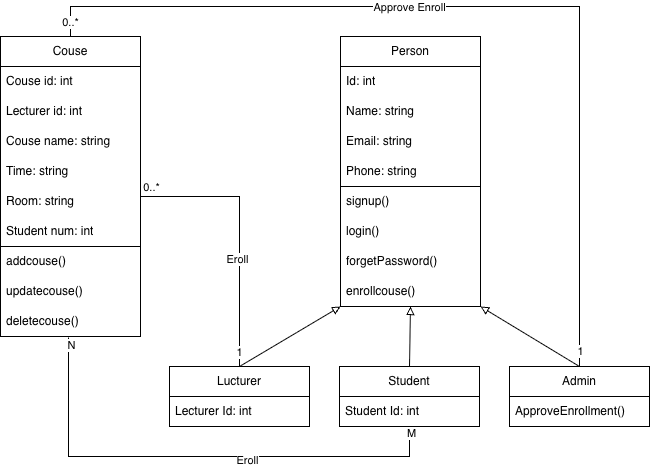
willtbing/Yoobee_MSE800 keeps this draw.io diagram as Week5/Activity 1/College project Class Diagram.drawio.png. Above is the earlier version. Source tidied: cells renumbered, new cells last; positions are measured from the earlier drawing's top-left corner, leaving out a move shared by most shapes.
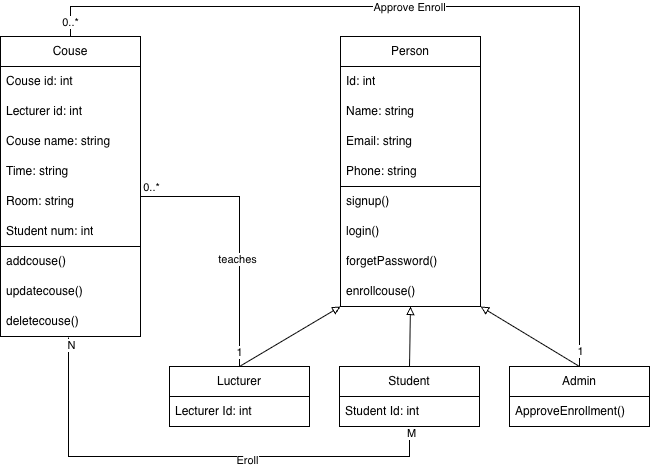
The same file after the commit.

What changed in the source:
```diff
@@ -99,7 +99,7 @@
         </Array>
       </mxGeometry>
     </mxCell>
-    <mxCell id="33" value="Eroll" style="edgeLabel;html=1;align=center;verticalAlign=middle;" parent="32" vertex="1">
+    <mxCell id="33" value="teaches" style="edgeLabel;html=1;align=center;verticalAlign=middle;" parent="32" vertex="1">
       <mxGeometry x="-0.21" y="3" relative="1" as="geometry" />
     </mxCell>
     <mxCell id="34" value="1" style="edgeLabel;html=1;align=center;verticalAlign=middle;" parent="32" vertex="1">
```
